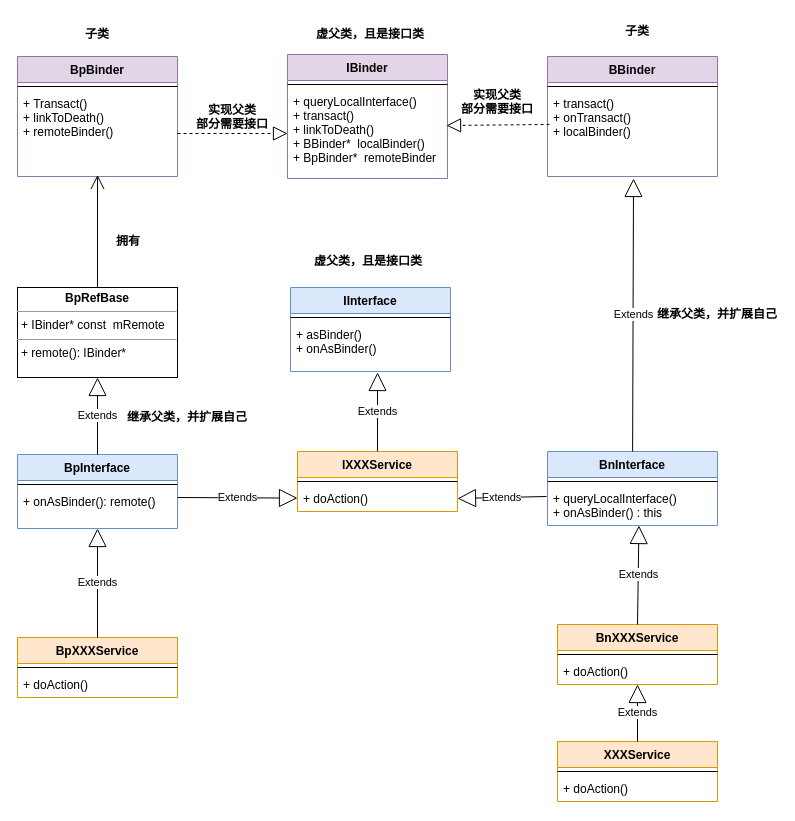
Earlier version of the draw.io diagram binder/diagram/libbinder class relationship.drawio (cuijpus/Android). Source tidied: cells renumbered, new cells numbered last; positions are measured from the earlier drawing's top-left corner, leaving out a move shared by most shapes. Both pictures are drawn from the tidied source at 100%, with x=0, y=0 at pixel (17, 17).
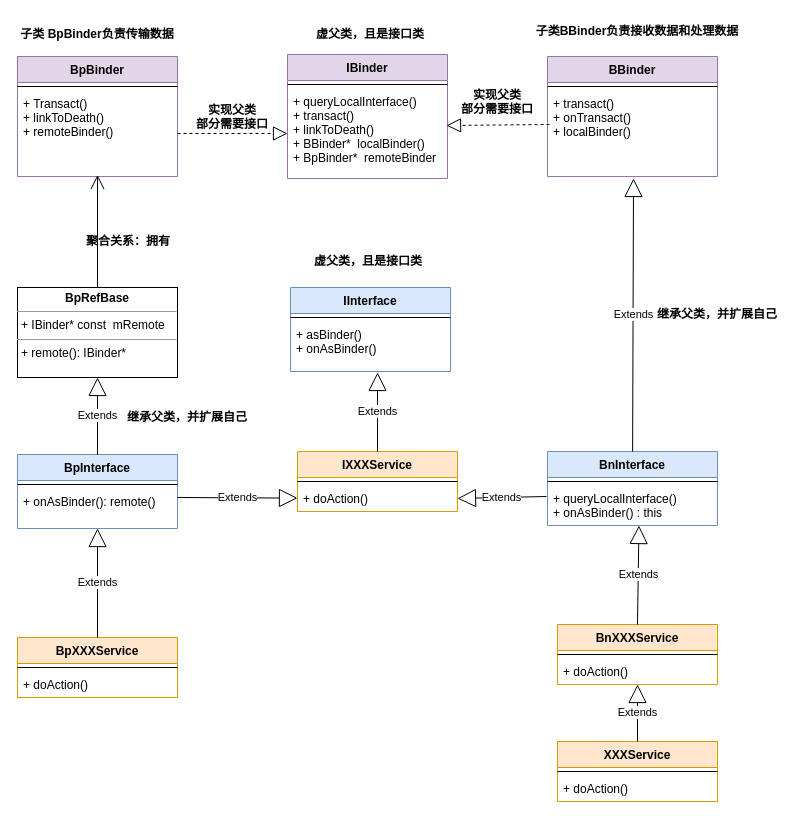
Above is the later version.

Change to the diagram source:
```diff
@@
-    <mxCell id="45" value="子类" style="text;align=center;fontStyle=1;verticalAlign=middle;spacingLeft=3;spacingRight=3;strokeColor=none;" parent="1" vertex="1">
+    <mxCell id="45" value="子类 BpBinder负责传输数据" style="text;align=center;fontStyle=1;verticalAlign=middle;spacingLeft=3;spacingRight=3;strokeColor=none;" parent="1" vertex="1">
       <mxGeometry x="40" y="3" width="80" height="26" as="geometry" />
     </mxCell>
-    <mxCell id="46" value="子类" style="text;align=center;fontStyle=1;verticalAlign=middle;spacingLeft=3;spacingRight=3;strokeColor=none;" parent="1" vertex="1">
+    <mxCell id="46" value="子类BBinder负责接收数据和处理数据" style="text;align=center;fontStyle=1;verticalAlign=middle;spacingLeft=3;spacingRight=3;strokeColor=none;" parent="1" vertex="1">
       <mxGeometry x="580" width="80" height="26" as="geometry" />
     </mxCell>
@@
-    <mxCell id="51" value="拥有" style="text;align=center;fontStyle=1;verticalAlign=middle;spacingLeft=3;spacingRight=3;strokeColor=none;" parent="1" vertex="1">
+    <mxCell id="51" value="聚合关系：拥有" style="text;align=center;fontStyle=1;verticalAlign=middle;spacingLeft=3;spacingRight=3;strokeColor=none;" parent="1" vertex="1">
       <mxGeometry x="71" y="210" width="80" height="26" as="geometry" />
     </mxCell>
```
